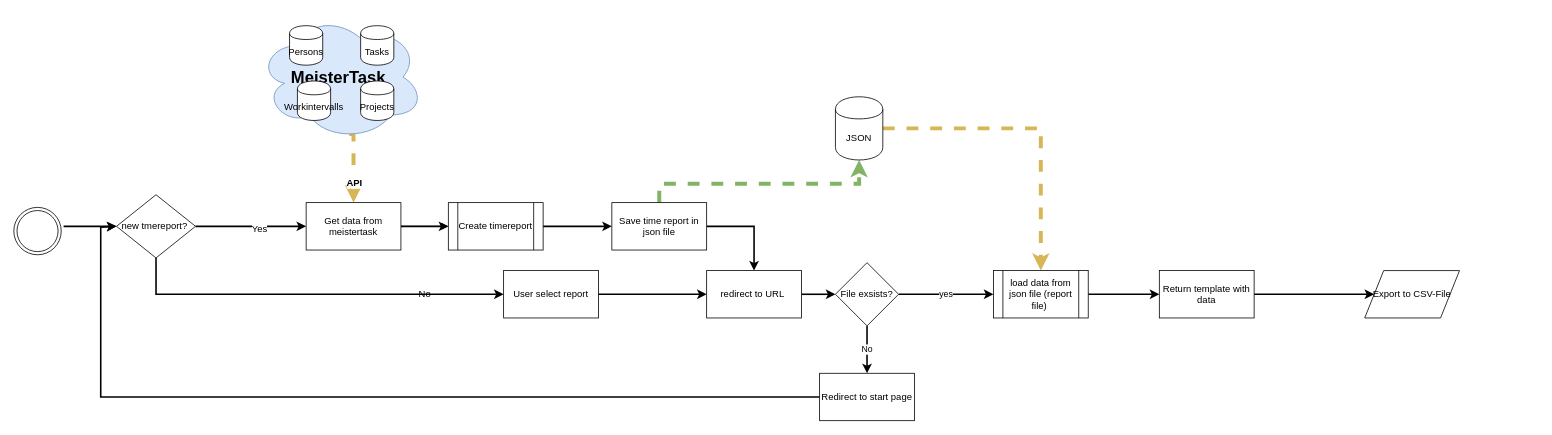
Earlier version of the draw.io diagram img/staysmart_timereporter.drawio (jeffreysantanach/prog2). Source tidied: cells renumbered, new cells numbered last; positions are measured from the earlier drawing's top-left corner, leaving out a move shared by most shapes. Both pictures are drawn from the tidied source at 79%, with x=0, y=0 at pixel (13, 13).
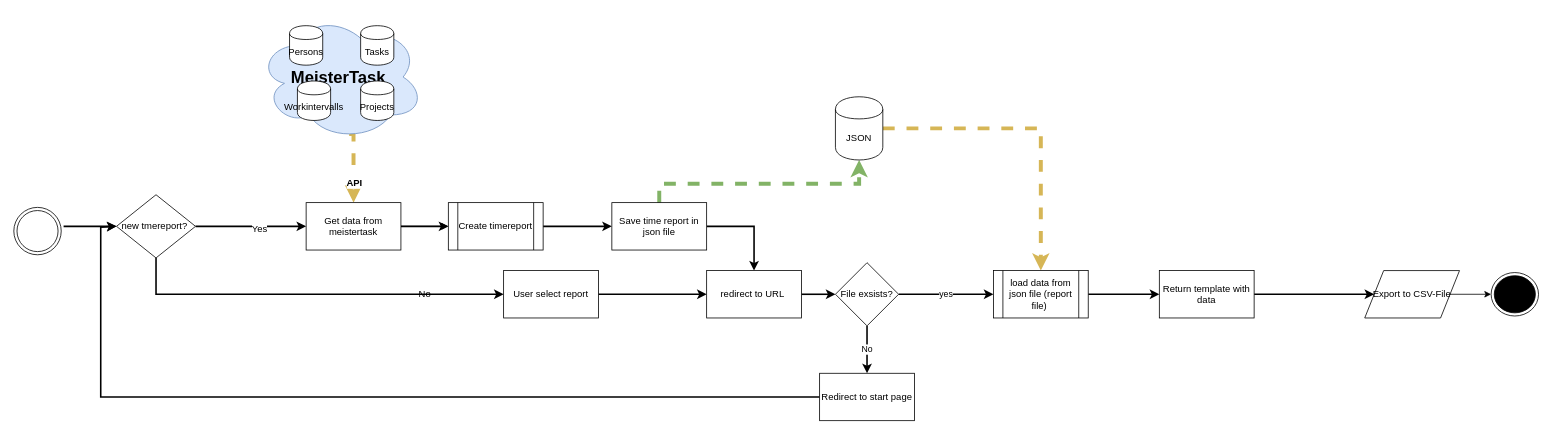
The same page after the edit.

The change refers to these unchanged cells:
```xml
<mxCell id="39" value="Export to CSV-File" style="shape=parallelogram;perimeter=parallelogramPerimeter;whiteSpace=wrap;html=1;" parent="1" vertex="1">
  <mxGeometry x="1710" y="325" width="120" height="60" as="geometry" />
</mxCell>
```

Change to the diagram source:
```diff
@@
+    <mxCell id="40" style="edgeStyle=orthogonalEdgeStyle;rounded=0;jettySize=auto;html=1;exitX=1;exitY=0.5;exitDx=0;exitDy=0;entryX=0;entryY=0.5;entryDx=0;entryDy=0;" parent="1" edge="1" source="39" target="41">
+      <mxGeometry relative="1" as="geometry" />
+    </mxCell>
@@
+    <mxCell id="41" style="ellipse;html=1;shape=endState;fillColor=#000000;strokeColor=#000000;" parent="1" vertex="1">
+      <mxGeometry x="1870" y="327.5" width="60" height="55" as="geometry" />
+    </mxCell>
```
